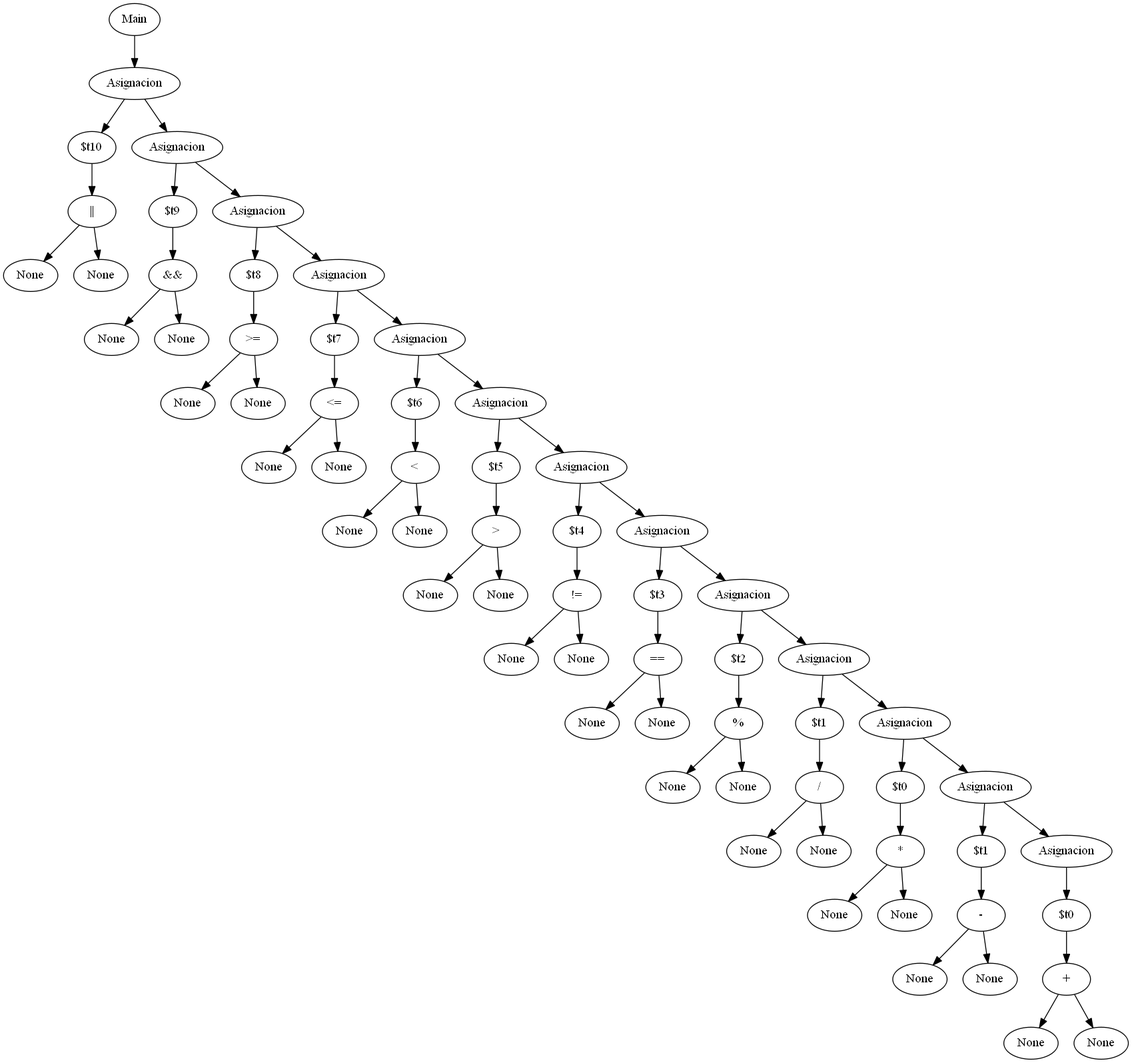
The Graphviz diagram asc.png in sgleal97/vacas_compi, before a commit. Its source is kept beside it as asc.dot.
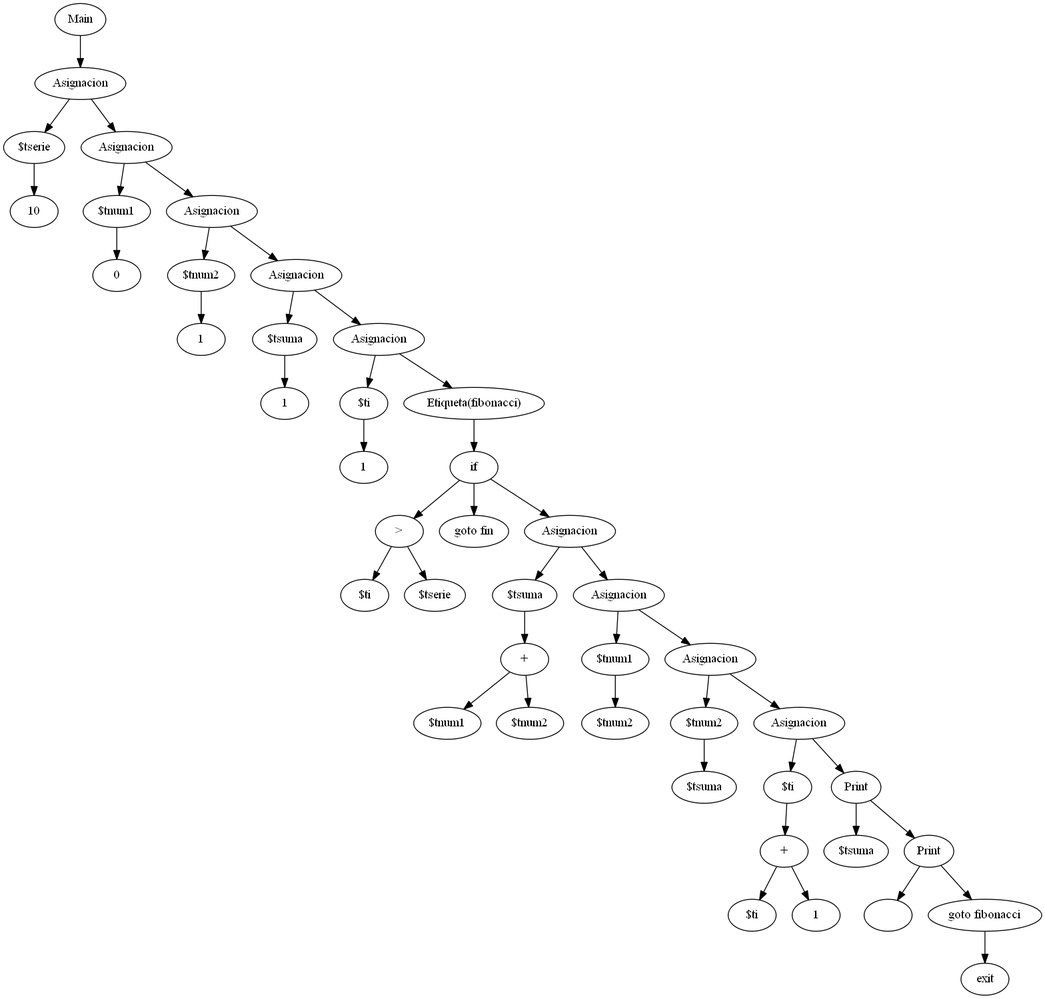
The same diagram one commit later.

Diff of the diagram source:
```diff
@@ -1,122 +1,76 @@
 Digraph{
  p0[label="Main"];
-nodo1[label="None"];
-nodo2[label="None"];
-nodo3[label="||"];
-nodo3->nodo1;
-nodo3->nodo2;
-nodo4[label="$t10"];
+nodo1[label="10"];
+nodo2[label="$tserie"];
 p1[label="Asignacion"];
-p1->nodo4;
+p1->nodo2;
+nodo2->nodo1;
+nodo3[label="0"];
+nodo4[label="$tnum1"];
+p2[label="Asignacion"];
+p2->nodo4;
 nodo4->nodo3;
-nodo5[label="None"];
-nodo6[label="None"];
-nodo7[label="&&"];
-nodo7->nodo5;
-nodo7->nodo6;
-nodo8[label="$t9"];
-p2[label="Asignacion"];
-p2->nodo8;
+nodo5[label="1"];
+nodo6[label="$tnum2"];
+p3[label="Asignacion"];
+p3->nodo6;
+nodo6->nodo5;
+nodo7[label="1"];
+nodo8[label="$tsuma"];
+p4[label="Asignacion"];
+p4->nodo8;
 nodo8->nodo7;
-nodo9[label="None"];
-nodo10[label="None"];
-nodo11[label=">="];
-nodo11->nodo9;
-nodo11->nodo10;
-nodo12[label="$t8"];
-p3[label="Asignacion"];
-p3->nodo12;
-nodo12->nodo11;
-nodo13[label="None"];
-nodo14[label="None"];
-nodo15[label="<="];
-nodo15->nodo13;
-nodo15->nodo14;
-nodo16[label="$t7"];
-p4[label="Asignacion"];
-p4->nodo16;
-nodo16->nodo15;
-nodo17[label="None"];
-nodo18[label="None"];
-nodo19[label="<"];
-nodo19->nodo17;
+nodo9[label="1"];
+nodo10[label="$ti"];
+p5[label="Asignacion"];
+p5->nodo10;
+nodo10->nodo9;
+p6[label="Etiqueta(fibonacci)"];
+nodo12[label="$ti"];
+nodo13[label="$tserie"];
+nodo14[label=">"];
+nodo14->nodo12;
+nodo14->nodo13;
+nodo15[label="goto fin"];
+p7[label="if"];
+p7->nodo14;
+p7->nodo15;
+nodo16[label="$tnum1"];
+nodo17[label="$tnum2"];
+nodo18[label="+"];
+nodo18->nodo16;
+nodo18->nodo17;
+nodo19[label="$tsuma"];
+p8[label="Asignacion"];
+p8->nodo19;
 nodo19->nodo18;
-nodo20[label="$t6"];
-p5[label="Asignacion"];
-p5->nodo20;
-nodo20->nodo19;
-nodo21[label="None"];
-nodo22[label="None"];
-nodo23[label=">"];
-nodo23->nodo21;
+nodo20[label="$tnum2"];
+nodo21[label="$tnum1"];
+p9[label="Asignacion"];
+p9->nodo21;
+nodo21->nodo20;
+nodo22[label="$tsuma"];
+nodo23[label="$tnum2"];
+p10[label="Asignacion"];
+p10->nodo23;
 nodo23->nodo22;
-nodo24[label="$t5"];
-p6[label="Asignacion"];
-p6->nodo24;
-nodo24->nodo23;
-nodo25[label="None"];
-nodo26[label="None"];
-nodo27[label="!="];
-nodo27->nodo25;
+nodo24[label="$ti"];
+nodo25[label="1"];
+nodo26[label="+"];
+nodo26->nodo24;
+nodo26->nodo25;
+nodo27[label="$ti"];
+p11[label="Asignacion"];
+p11->nodo27;
 nodo27->nodo26;
-nodo28[label="$t4"];
-p7[label="Asignacion"];
-p7->nodo28;
-nodo28->nodo27;
-nodo29[label="None"];
-nodo30[label="None"];
-nodo31[label="=="];
-nodo31->nodo29;
-nodo31->nodo30;
-nodo32[label="$t3"];
-p8[label="Asignacion"];
-p8->nodo32;
-nodo32->nodo31;
-nodo33[label="None"];
-nodo34[label="None"];
-nodo35[label="%"];
-nodo35->nodo33;
-nodo35->nodo34;
-nodo36[label="$t2"];
-p9[label="Asignacion"];
-p9->nodo36;
-nodo36->nodo35;
-nodo37[label="None"];
-nodo38[label="None"];
-nodo39[label="/"];
-nodo39->nodo37;
-nodo39->nodo38;
-nodo40[label="$t1"];
-p10[label="Asignacion"];
-p10->nodo40;
-nodo40->nodo39;
-nodo41[label="None"];
-nodo42[label="None"];
-nodo43[label="*"];
-nodo43->nodo41;
-nodo43->nodo42;
-nodo44[label="$t0"];
-p11[label="Asignacion"];
-p11->nodo44;
-nodo44->nodo43;
-nodo45[label="None"];
-nodo46[label="None"];
-nodo47[label="-"];
-nodo47->nodo45;
-nodo47->nodo46;
-nodo48[label="$t1"];
-p12[label="Asignacion"];
-p12->nodo48;
-nodo48->nodo47;
-nodo49[label="None"];
-nodo50[label="None"];
-nodo51[label="+"];
-nodo51->nodo49;
-nodo51->nodo50;
-nodo52[label="$t0"];
-p13[label="Asignacion"];
-p13->nodo52;
-nodo52->nodo51;
+nodo28[label="$tsuma"];
+p12[label="Print"];
+p12->nodo28;
+nodo30[label="\n"];
+p13[label="Print"];
+p13->nodo30;
+p14[label="goto fibonacci"];
+p15[label="exit"];
 p0->p1;
 p1->p2;
 p2->p3;
@@ -130,4 +84,6 @@
 p10->p11;
 p11->p12;
 p12->p13;
+p13->p14;
+p14->p15;
 }
```
